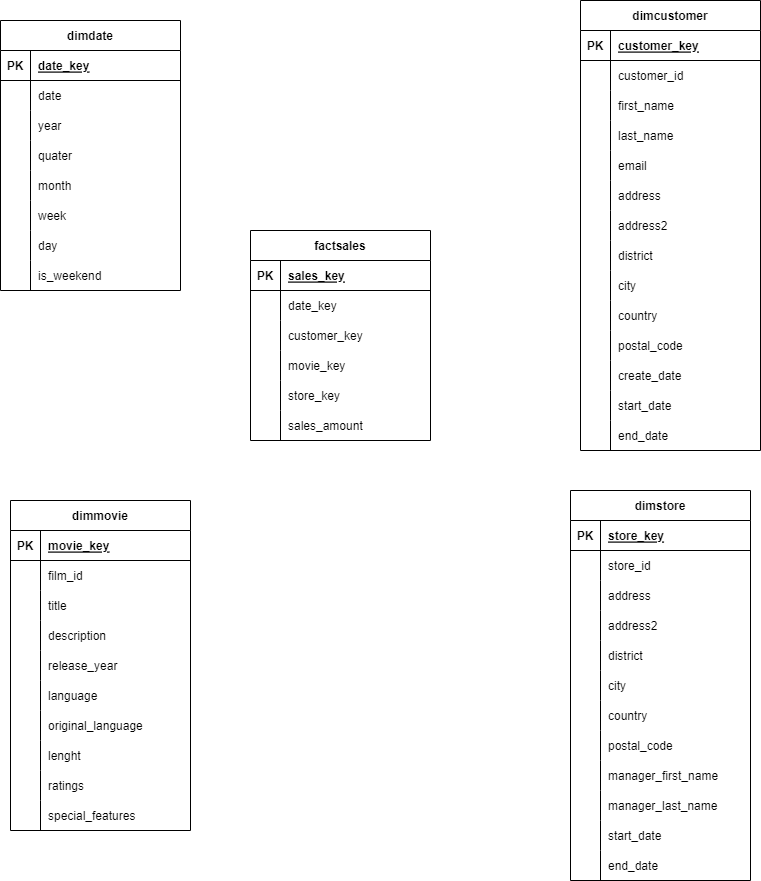
Above: Untitled Diagram.drawio.png in MarianSulik/DE_diagrams (draw.io), before the change. Source tidied: cells renumbered, new cells last; positions are measured from the earlier drawing's top-left corner, leaving out a move shared by most shapes.
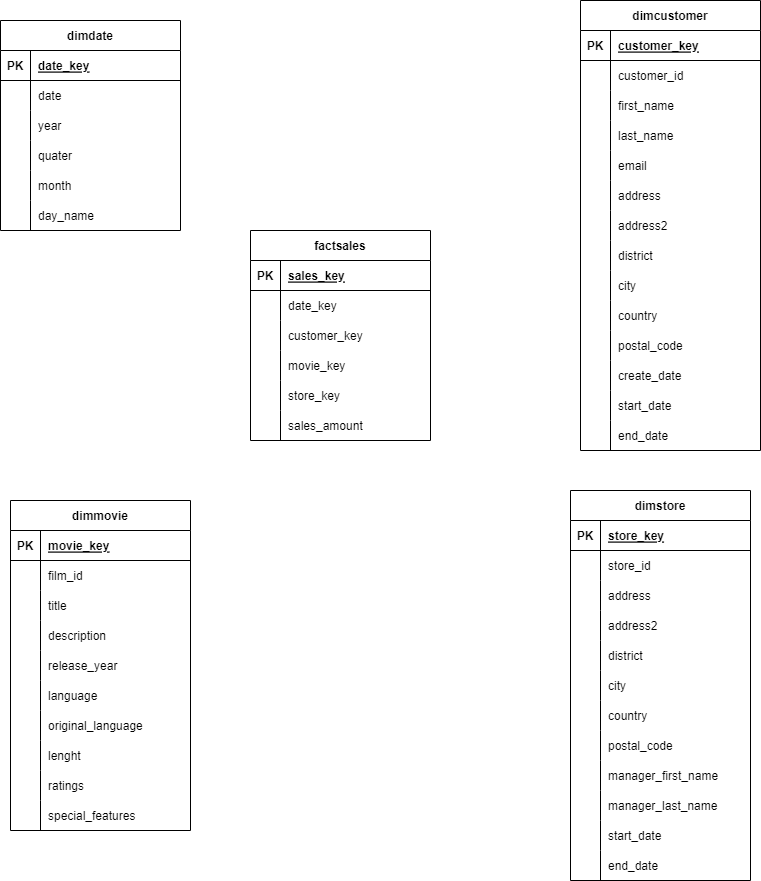
After the change.

Diff of the diagram source:
```diff
@@ -60,7 +60,7 @@
       <mxGeometry x="30" width="150" height="30" as="geometry" />
     </mxCell>
     <mxCell id="21" value="dimdate" style="shape=table;startSize=30;rowLines=0;fontStyle=1;align=center;" parent="1" vertex="1">
-      <mxGeometry y="20" width="180" height="270" as="geometry" />
+      <mxGeometry y="20" width="180" height="210" as="geometry" />
     </mxCell>
     <mxCell id="22" style="shape=tableRow;horizontal=0;startSize=0;swimlaneHead=0;swimlaneBody=0;fillColor=none;top=0;left=0;right=0;bottom=1;" parent="21" vertex="1">
       <mxGeometry y="30" width="180" height="30" as="geometry" />
@@ -107,33 +107,15 @@
     <mxCell id="36" value="month" style="shape=partialRectangle;fillColor=none;top=0;left=0;bottom=0;right=0;align=left;spacingLeft=6;overflow=hidden;" parent="34" vertex="1">
       <mxGeometry x="30" width="150" height="30" as="geometry" />
     </mxCell>
-    <mxCell id="37" style="shape=tableRow;horizontal=0;startSize=0;swimlaneHead=0;swimlaneBody=0;fillColor=none;top=0;left=0;right=0;bottom=0;" parent="21" vertex="1">
-      <mxGeometry y="180" width="180" height="30" as="geometry" />
-    </mxCell>
-    <mxCell id="38" style="shape=partialRectangle;fillColor=none;top=0;left=0;bottom=0;right=0;overflow=hidden;" parent="37" vertex="1">
-      <mxGeometry width="30" height="30" as="geometry" />
-    </mxCell>
-    <mxCell id="39" value="week" style="shape=partialRectangle;fillColor=none;top=0;left=0;bottom=0;right=0;align=left;spacingLeft=6;overflow=hidden;" parent="37" vertex="1">
-      <mxGeometry x="30" width="150" height="30" as="geometry" />
-    </mxCell>
     <mxCell id="40" style="shape=tableRow;horizontal=0;startSize=0;swimlaneHead=0;swimlaneBody=0;fillColor=none;top=0;left=0;right=0;bottom=0;" parent="21" vertex="1">
-      <mxGeometry y="210" width="180" height="30" as="geometry" />
+      <mxGeometry y="180" width="180" height="30" as="geometry" />
     </mxCell>
     <mxCell id="41" style="shape=partialRectangle;fillColor=none;top=0;left=0;bottom=0;right=0;overflow=hidden;" parent="40" vertex="1">
       <mxGeometry width="30" height="30" as="geometry" />
     </mxCell>
-    <mxCell id="42" value="day" style="shape=partialRectangle;fillColor=none;top=0;left=0;bottom=0;right=0;align=left;spacingLeft=6;overflow=hidden;" parent="40" vertex="1">
+    <mxCell id="42" value="day_name" style="shape=partialRectangle;fillColor=none;top=0;left=0;bottom=0;right=0;align=left;spacingLeft=6;overflow=hidden;" parent="40" vertex="1">
       <mxGeometry x="30" width="150" height="30" as="geometry" />
     </mxCell>
-    <mxCell id="43" style="shape=tableRow;horizontal=0;startSize=0;swimlaneHead=0;swimlaneBody=0;fillColor=none;top=0;left=0;right=0;bottom=0;" parent="21" vertex="1">
-      <mxGeometry y="240" width="180" height="30" as="geometry" />
-    </mxCell>
-    <mxCell id="44" style="shape=partialRectangle;fillColor=none;top=0;left=0;bottom=0;right=0;overflow=hidden;" parent="43" vertex="1">
-      <mxGeometry width="30" height="30" as="geometry" />
-    </mxCell>
-    <mxCell id="45" value="is_weekend" style="shape=partialRectangle;fillColor=none;top=0;left=0;bottom=0;right=0;align=left;spacingLeft=6;overflow=hidden;" parent="43" vertex="1">
-      <mxGeometry x="30" width="150" height="30" as="geometry" />
-    </mxCell>
     <mxCell id="46" value="dimmovie" style="shape=table;startSize=30;rowLines=0;fontStyle=1;align=center;" parent="1" vertex="1">
       <mxGeometry x="10" y="500" width="180" height="330" as="geometry" />
     </mxCell>
```
